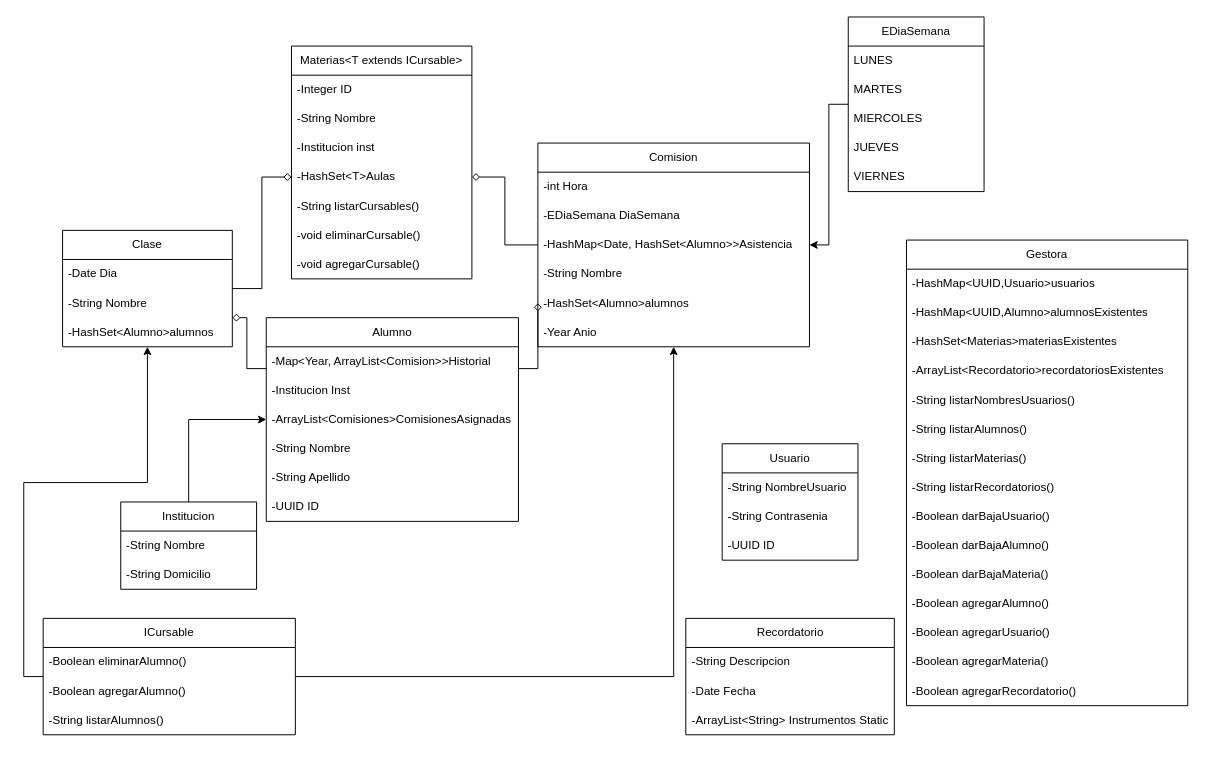
Above: TpFinalUML.drawio in MLN-git/TrabajoPractico-2.0_2026 (draw.io), before the change. Source tidied: cells renumbered, new cells numbered last; positions are measured from the earlier drawing's top-left corner, leaving out a move shared by most shapes. Both pictures are drawn from the tidied source at 97%, with x=0, y=0 at pixel (43, 16).
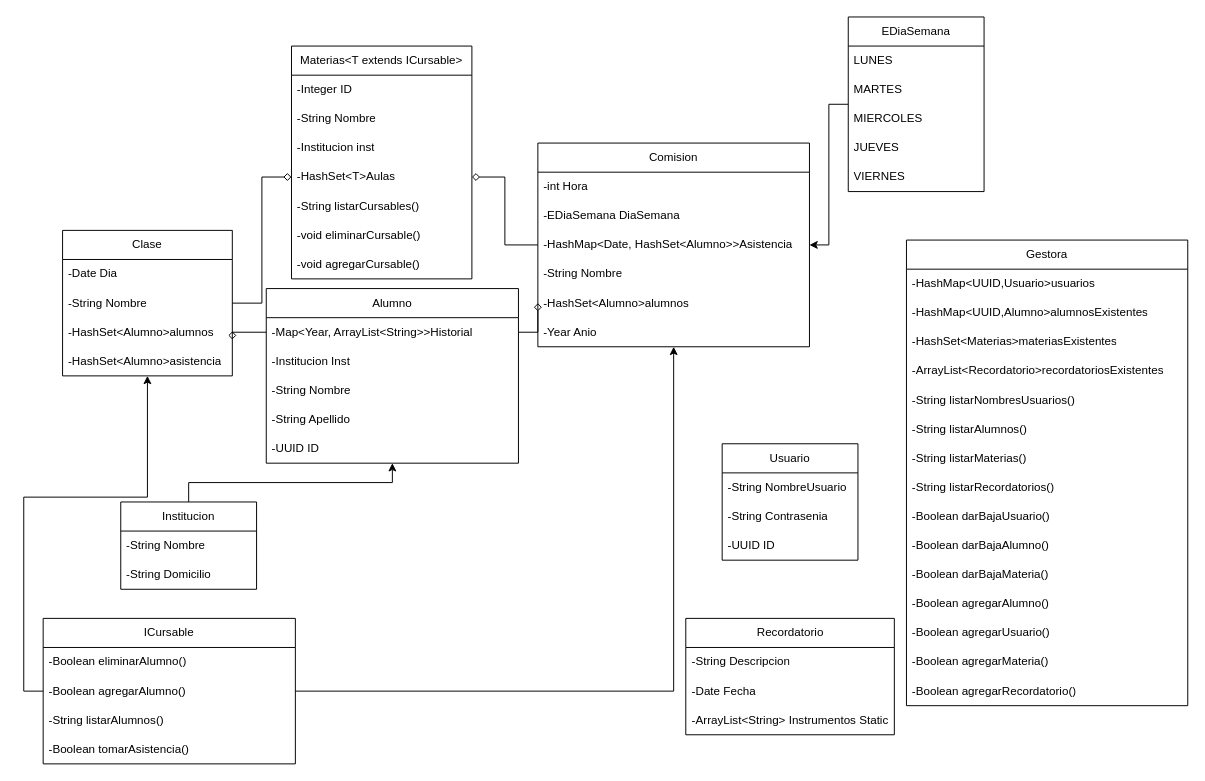
Above is the later version.

Commit message:
uml actualizado ahora si

The edit, as a diff of the source:
```diff
@@
     <mxCell id="44" value="Alumno" style="swimlane;fontStyle=0;horizontal=1;startSize=30;whiteSpace=wrap;html=1;" parent="1" vertex="1">
-      <mxGeometry x="230" y="310" width="260" height="210" as="geometry" />
+      <mxGeometry x="230" y="280" width="260" height="180" as="geometry" />
     </mxCell>
-    <mxCell id="45" value="-Map&amp;lt;Year, ArrayList&amp;lt;Comision&amp;gt;&amp;gt;Historial" style="text;strokeColor=none;fillColor=none;align=left;verticalAlign=middle;spacingLeft=4;spacingRight=4;overflow=hidden;whiteSpace=wrap;html=1;" parent="44" vertex="1">
+    <mxCell id="45" value="-Map&amp;lt;Year, ArrayList&amp;lt;String&amp;gt;&amp;gt;Historial" style="text;strokeColor=none;fillColor=none;align=left;verticalAlign=middle;spacingLeft=4;spacingRight=4;overflow=hidden;whiteSpace=wrap;html=1;" parent="44" vertex="1">
       <mxGeometry y="30" width="260" height="30" as="geometry" />
     </mxCell>
@@
-    <mxCell id="47" value="-ArrayList&amp;lt;Comisiones&amp;gt;ComisionesAsignadas" style="text;strokeColor=none;fillColor=none;align=left;verticalAlign=middle;spacingLeft=4;spacingRight=4;overflow=hidden;whiteSpace=wrap;html=1;" parent="44" vertex="1">
-      <mxGeometry y="90" width="260" height="30" as="geometry" />
-    </mxCell>
     <mxCell id="48" value="-String Nombre" style="text;strokeColor=none;fillColor=none;align=left;verticalAlign=middle;spacingLeft=4;spacingRight=4;overflow=hidden;whiteSpace=wrap;html=1;" parent="44" vertex="1">
-      <mxGeometry y="120" width="260" height="30" as="geometry" />
+      <mxGeometry y="90" width="260" height="30" as="geometry" />
     </mxCell>
     <mxCell id="49" value="-String Apellido" style="text;strokeColor=none;fillColor=none;align=left;verticalAlign=middle;spacingLeft=4;spacingRight=4;overflow=hidden;whiteSpace=wrap;html=1;" parent="44" vertex="1">
-      <mxGeometry y="150" width="260" height="30" as="geometry" />
+      <mxGeometry y="120" width="260" height="30" as="geometry" />
     </mxCell>
     <mxCell id="50" value="-UUID ID" style="text;strokeColor=none;fillColor=none;align=left;verticalAlign=middle;spacingLeft=4;spacingRight=4;overflow=hidden;whiteSpace=wrap;html=1;" parent="44" vertex="1">
-      <mxGeometry y="180" width="260" height="30" as="geometry" />
+      <mxGeometry y="150" width="260" height="30" as="geometry" />
     </mxCell>
@@
     <mxCell id="56" value="Clase" style="swimlane;fontStyle=0;horizontal=1;startSize=30;whiteSpace=wrap;html=1;" parent="1" vertex="1">
-      <mxGeometry x="20" y="220" width="175" height="120" as="geometry" />
+      <mxGeometry x="20" y="220" width="175" height="150" as="geometry" />
     </mxCell>
@@
+    <mxCell id="73" value="-HashSet&amp;lt;Alumno&amp;gt;asistencia" style="text;strokeColor=none;fillColor=none;align=left;verticalAlign=middle;spacingLeft=4;spacingRight=4;overflow=hidden;whiteSpace=wrap;html=1;" parent="56" vertex="1">
+      <mxGeometry y="120" width="175" height="30" as="geometry" />
+    </mxCell>
@@
     <mxCell id="69" value="ICursable" style="swimlane;fontStyle=0;horizontal=1;startSize=30;whiteSpace=wrap;html=1;" parent="1" vertex="1">
-      <mxGeometry y="620" width="260" height="120" as="geometry" />
+      <mxGeometry y="620" width="260" height="150" as="geometry" />
     </mxCell>
@@
+    <mxCell id="74" value="-Boolean tomarAsistencia()" style="text;strokeColor=none;fillColor=none;align=left;verticalAlign=middle;spacingLeft=4;spacingRight=4;overflow=hidden;whiteSpace=wrap;html=1;" parent="69" vertex="1">
+      <mxGeometry y="120" width="260" height="30" as="geometry" />
+    </mxCell>
```
